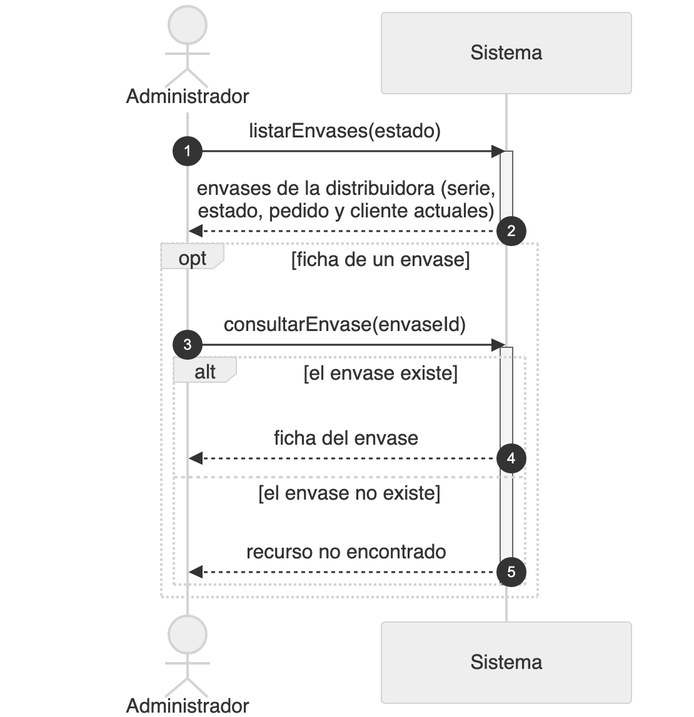
Nahuelito-Dev/splg-docs keeps this Mermaid diagram as diagramas/png/DSS_CU-069_Consultar-El-Parque-De-Envases.png. Above is the earlier version. Its source is kept beside it as diagramas/DSS_CU-069_Consultar-El-Parque-De-Envases.mmd. The source it was exported from:
```mermaid
sequenceDiagram
    title DSS — CU-069 Consultar El Parque De Envases
    autonumber
    actor ADM as Administrador
    participant SIS as Sistema

    ADM->>SIS: listarEnvases(estado)
    activate SIS
    SIS-->>ADM: envases de la distribuidora (serie, estado, pedido y cliente actuales)
    deactivate SIS

    opt ficha de un envase
        ADM->>SIS: consultarEnvase(envaseId)
        activate SIS
        alt el envase existe
            SIS-->>ADM: ficha del envase
        else el envase no existe
            SIS-->>ADM: recurso no encontrado
        end
        deactivate SIS
    end
```
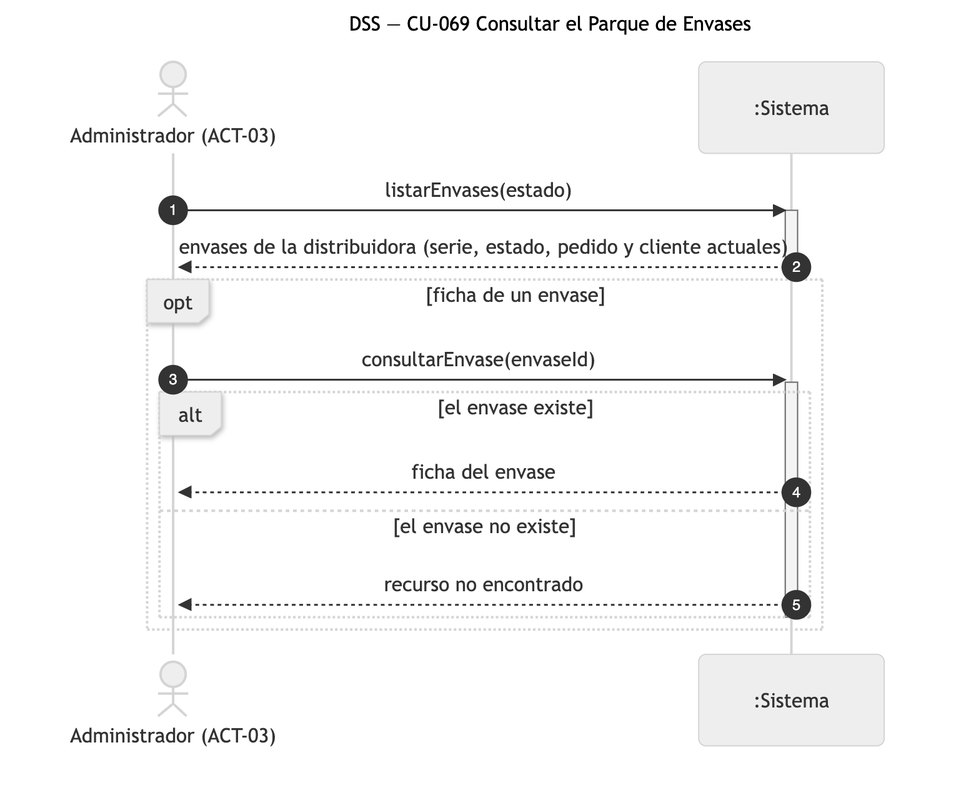
Above is the later version.

Diff of the diagram source:
```diff
@@ -1,8 +1,8 @@
 sequenceDiagram
-    title DSS — CU-069 Consultar El Parque De Envases
+    title DSS — CU-069 Consultar el Parque de Envases
     autonumber
-    actor ADM as Administrador
-    participant SIS as Sistema
+    actor ADM as Administrador (ACT-03)
+    participant SIS as :Sistema
 
     ADM->>SIS: listarEnvases(estado)
     activate SIS
```
